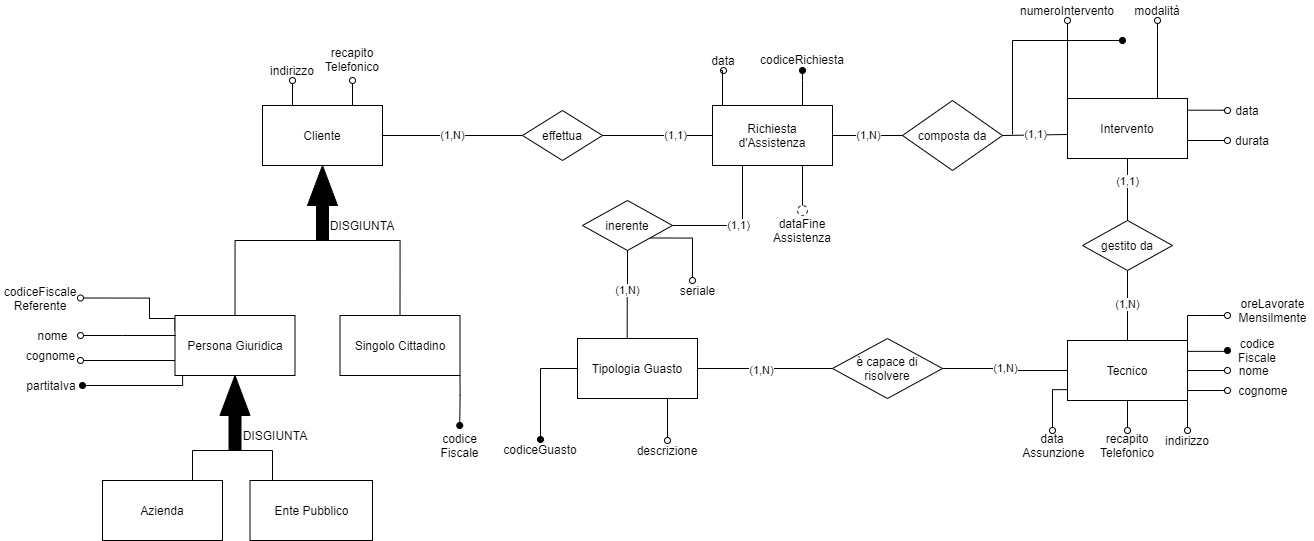
The draw.io diagram Relazione/image/schema_er.png in GiovanniRaseraF/ProgettoBasiDiDatiLaboratorio, before a commit. Source tidied: cells renumbered, new cells last; positions are measured from the earlier drawing's top-left corner, leaving out a move shared by most shapes.
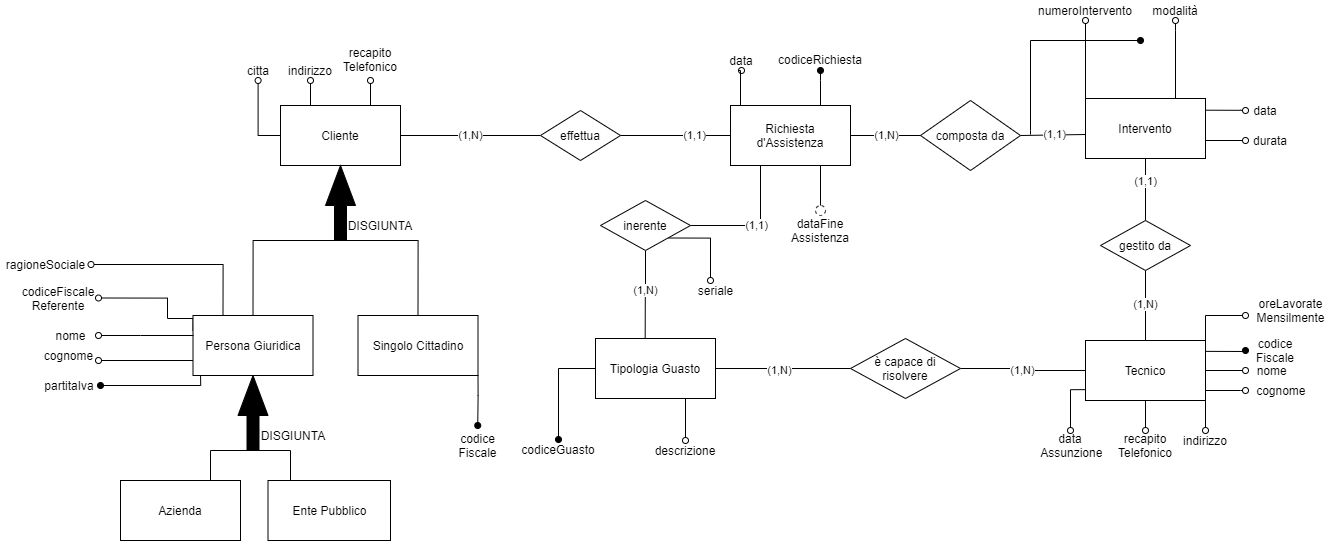
After the change.

What changed in the source:
```diff
@@ -8,6 +8,9 @@
     <mxCell id="3" style="edgeStyle=orthogonalEdgeStyle;rounded=0;jettySize=auto;html=1;exitX=0.25;exitY=0;exitDx=0;exitDy=0;endArrow=oval;endFill=0;" parent="1" edge="1" source="4" target="74">
       <mxGeometry relative="1" as="geometry" />
     </mxCell>
+    <mxCell id="89" style="edgeStyle=orthogonalEdgeStyle;rounded=0;jettySize=auto;html=1;exitX=0;exitY=0.5;exitDx=0;exitDy=0;endArrow=oval;endFill=0;" parent="1" edge="1" source="4" target="92">
+      <mxGeometry relative="1" as="geometry" />
+    </mxCell>
     <mxCell id="4" value="Cliente" style="rounded=0;whiteSpace=wrap;html=1;" parent="1" vertex="1">
       <mxGeometry x="262" y="105" width="120" height="60" as="geometry" />
     </mxCell>
@@ -267,6 +270,9 @@
     <mxCell id="63" style="edgeStyle=orthogonalEdgeStyle;rounded=0;jettySize=auto;html=1;exitX=0;exitY=0.75;exitDx=0;exitDy=0;entryX=1;entryY=0.75;entryDx=0;entryDy=0;entryPerimeter=0;endArrow=oval;endFill=0;" parent="1" edge="1" source="64" target="73">
       <mxGeometry relative="1" as="geometry" />
     </mxCell>
+    <mxCell id="90" style="edgeStyle=orthogonalEdgeStyle;rounded=0;jettySize=auto;html=1;exitX=0.25;exitY=0;exitDx=0;exitDy=0;entryX=1;entryY=0.5;entryDx=0;entryDy=0;endArrow=oval;endFill=0;" parent="1" edge="1" source="64" target="91">
+      <mxGeometry relative="1" as="geometry" />
+    </mxCell>
     <mxCell id="64" value="Persona Giuridica" style="rounded=0;whiteSpace=wrap;html=1;" parent="1" vertex="1">
       <mxGeometry x="174.5" y="315" width="120" height="60" as="geometry" />
     </mxCell>
@@ -375,5 +381,11 @@
         </Array>
       </mxGeometry>
     </mxCell>
+    <mxCell id="91" value="ragioneSociale" style="text;html=1;strokeColor=none;fillColor=none;align=center;verticalAlign=middle;whiteSpace=wrap;rounded=0;" parent="1" vertex="1">
+      <mxGeometry x="-18" y="254" width="90.5" height="20" as="geometry" />
+    </mxCell>
+    <mxCell id="92" value="citta" style="text;html=1;strokeColor=none;fillColor=none;align=center;verticalAlign=middle;whiteSpace=wrap;rounded=0;" parent="1" vertex="1">
+      <mxGeometry x="219.5" y="60" width="40" height="20" as="geometry" />
+    </mxCell>
   </root>
 </mxGraphModel>
```
